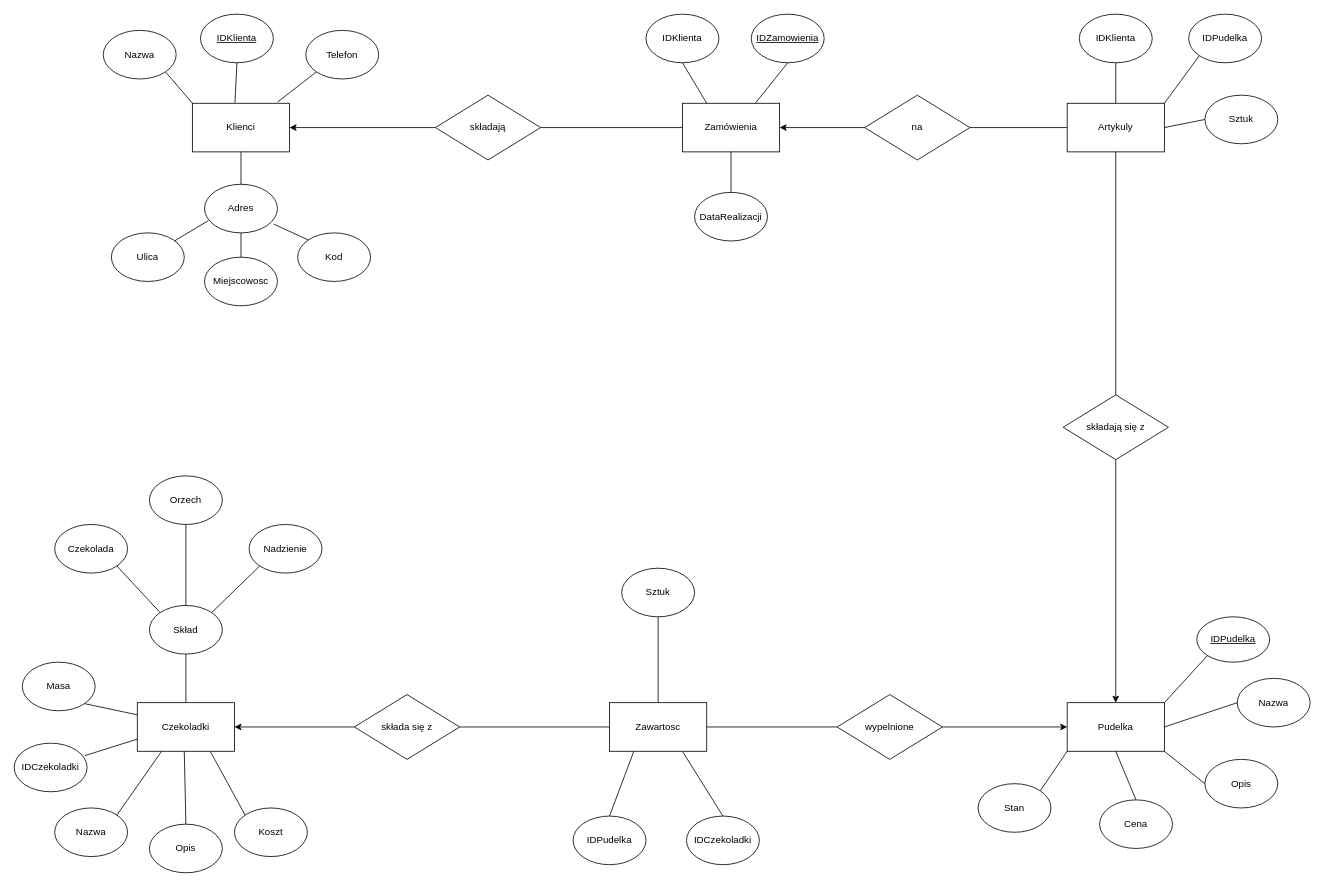
This is Untitled Diagram.drawio from jniktw/bazydanychGIN, a draw.io file, before an edit. Source tidied: cells renumbered, new cells numbered last; positions are measured from the earlier drawing's top-left corner, leaving out a move shared by most shapes. Both pictures are drawn from the tidied source at 81%, with x=0, y=0 at pixel (14, 14).
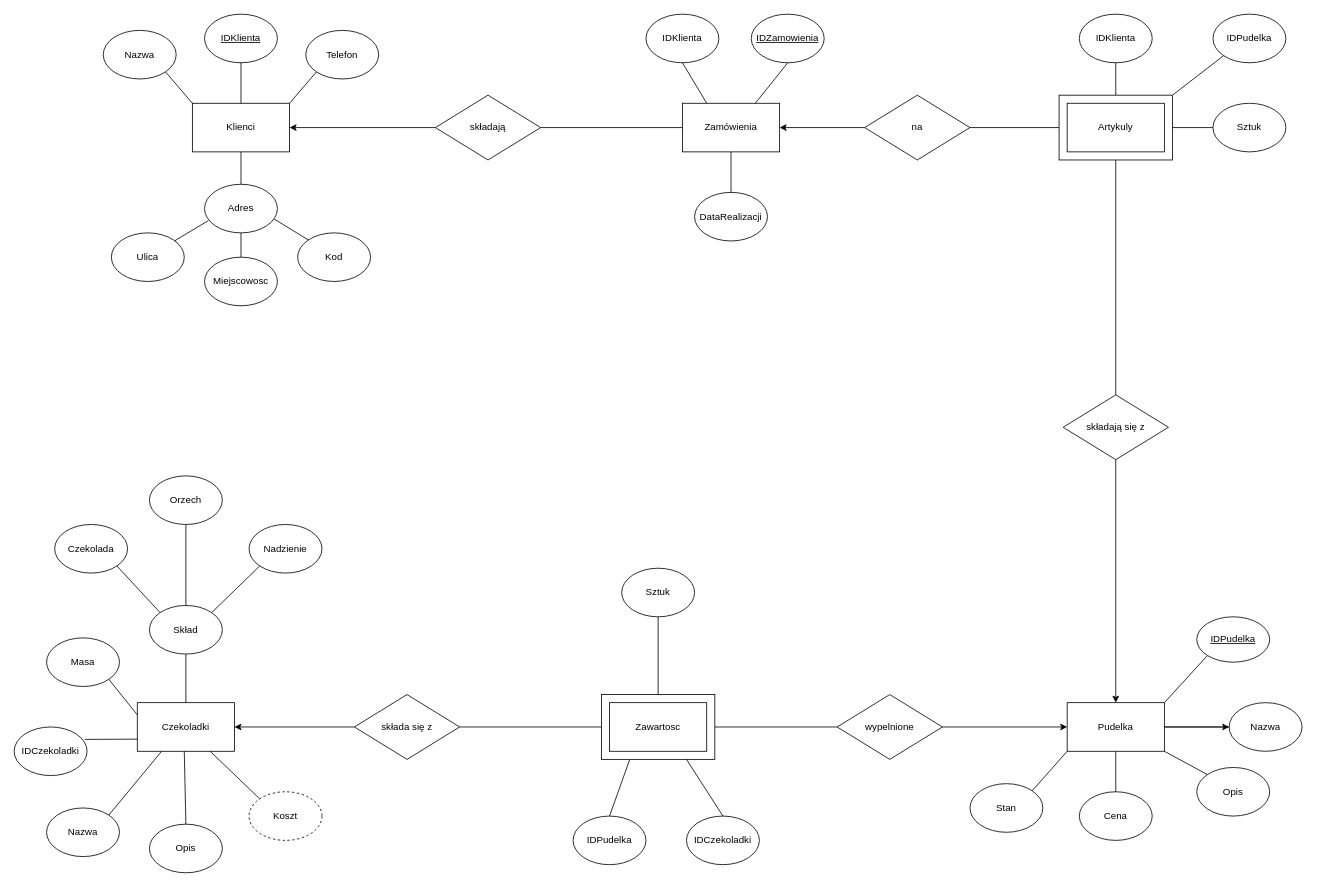
After the change.

The change refers to these unchanged cells:
```xml
<mxCell id="2" value="Klienci" style="rounded=0;whiteSpace=wrap;html=1;" parent="1" vertex="1">
  <mxGeometry x="220" y="110" width="120" height="60" as="geometry" />
</mxCell>
<mxCell id="7" value="Telefon" style="ellipse;whiteSpace=wrap;html=1;" parent="1" vertex="1">
  <mxGeometry x="360" y="20" width="90" height="60" as="geometry" />
</mxCell>
<mxCell id="8" value="Kod" style="ellipse;whiteSpace=wrap;html=1;" parent="1" vertex="1">
  <mxGeometry x="350" y="270" width="90" height="60" as="geometry" />
</mxCell>
<mxCell id="15" value="składa się z" style="rhombus;whiteSpace=wrap;html=1;" parent="1" vertex="1">
  <mxGeometry x="420" y="840" width="130" height="80" as="geometry" />
</mxCell>
<mxCell id="16" value="na" style="rhombus;whiteSpace=wrap;html=1;" parent="1" vertex="1">
  <mxGeometry x="1050" y="100" width="130" height="80" as="geometry" />
</mxCell>
<mxCell id="17" value="wypelnione" style="rhombus;whiteSpace=wrap;html=1;" parent="1" vertex="1">
  <mxGeometry x="1016" y="840" width="130" height="80" as="geometry" />
</mxCell>
<mxCell id="21" value="Adres" style="ellipse;whiteSpace=wrap;html=1;" parent="1" vertex="1">
  <mxGeometry x="235" y="210" width="90" height="60" as="geometry" />
</mxCell>
<mxCell id="34" value="IDKlienta" style="ellipse;whiteSpace=wrap;html=1;" parent="1" vertex="1">
  <mxGeometry x="1315" width="90" height="60" as="geometry" />
</mxCell>
<mxCell id="57" value="Sztuk" style="ellipse;whiteSpace=wrap;html=1;" parent="1" vertex="1">
  <mxGeometry x="750" y="684" width="90" height="60" as="geometry" />
</mxCell>
<mxCell id="58" value="IDCzekoladki" style="ellipse;whiteSpace=wrap;html=1;" parent="1" vertex="1">
  <mxGeometry x="830" y="990" width="90" height="60" as="geometry" />
</mxCell>
<mxCell id="59" value="IDPudelka" style="ellipse;whiteSpace=wrap;html=1;" parent="1" vertex="1">
  <mxGeometry x="690" y="990" width="90" height="60" as="geometry" />
</mxCell>
```

The edit, as a diff of the source:
```diff
@@
     <mxCell id="6" value="&lt;u&gt;IDKlienta&lt;/u&gt;" style="ellipse;whiteSpace=wrap;html=1;" parent="1" vertex="1">
-      <mxGeometry x="230" width="90" height="60" as="geometry" />
+      <mxGeometry x="235" width="90" height="60" as="geometry" />
     </mxCell>
@@
-    <mxCell id="9" style="endArrow=none;html=1;rounded=0;entryX=0;entryY=1;entryDx=0;entryDy=0;exitX=0.877;exitY=-0.025;exitDx=0;exitDy=0;exitPerimeter=0;" parent="1" edge="1" source="2" target="7">
+    <mxCell id="9" style="endArrow=none;html=1;rounded=0;entryX=0;entryY=1;entryDx=0;entryDy=0;exitX=1;exitY=0;exitDx=0;exitDy=0;" parent="1" edge="1" source="2" target="7">
       <mxGeometry relative="1" as="geometry" />
     </mxCell>
-    <mxCell id="10" style="endArrow=none;html=1;rounded=0;entryX=0.5;entryY=1;entryDx=0;entryDy=0;exitX=0.438;exitY=-0.011;exitDx=0;exitDy=0;exitPerimeter=0;" parent="1" edge="1" source="2" target="6">
+    <mxCell id="10" style="endArrow=none;html=1;rounded=0;entryX=0.5;entryY=1;entryDx=0;entryDy=0;exitX=0.5;exitY=0;exitDx=0;exitDy=0;" parent="1" edge="1" source="2" target="6">
       <mxGeometry relative="1" as="geometry" />
     </mxCell>
@@
-    <mxCell id="14" style="endArrow=none;html=1;rounded=0;entryX=0;entryY=0;entryDx=0;entryDy=0;exitX=0.948;exitY=0.819;exitDx=0;exitDy=0;exitPerimeter=0;" parent="1" edge="1" source="21" target="8">
+    <mxCell id="14" style="endArrow=none;html=1;rounded=0;entryX=0;entryY=0;entryDx=0;entryDy=0;exitX=0.957;exitY=0.716;exitDx=0;exitDy=0;exitPerimeter=0;" parent="1" edge="1" source="21" target="8">
       <mxGeometry relative="1" as="geometry" />
     </mxCell>
@@
-    <mxCell id="31" style="endArrow=none;html=1;rounded=0;entryX=1;entryY=0.5;entryDx=0;entryDy=0;exitX=0;exitY=0.5;exitDx=0;exitDy=0;" parent="1" edge="1" source="32" target="16">
+    <mxCell id="31" style="endArrow=none;html=1;rounded=0;entryX=1;entryY=0.5;entryDx=0;entryDy=0;exitX=0;exitY=0.5;exitDx=0;exitDy=0;" parent="1" edge="1" source="83" target="16">
       <mxGeometry relative="1" as="geometry" />
     </mxCell>
-    <mxCell id="32" value="Artykuly" style="rounded=0;whiteSpace=wrap;html=1;" parent="1" vertex="1">
-      <mxGeometry x="1300" y="110" width="120" height="60" as="geometry" />
-    </mxCell>
@@
     <mxCell id="35" value="IDPudelka" style="ellipse;whiteSpace=wrap;html=1;" parent="1" vertex="1">
-      <mxGeometry x="1450" width="90" height="60" as="geometry" />
+      <mxGeometry x="1480" width="90" height="60" as="geometry" />
     </mxCell>
     <mxCell id="36" value="Sztuk" style="ellipse;whiteSpace=wrap;html=1;" parent="1" vertex="1">
-      <mxGeometry x="1470" y="100" width="90" height="60" as="geometry" />
+      <mxGeometry x="1480" y="110" width="90" height="60" as="geometry" />
     </mxCell>
-    <mxCell id="37" style="endArrow=none;html=1;rounded=0;entryX=0.5;entryY=1;entryDx=0;entryDy=0;exitX=0.5;exitY=0;exitDx=0;exitDy=0;" parent="1" edge="1" source="32" target="34">
+    <mxCell id="37" style="endArrow=none;html=1;rounded=0;entryX=0.5;entryY=1;entryDx=0;entryDy=0;exitX=0.5;exitY=0;exitDx=0;exitDy=0;" parent="1" edge="1" source="83" target="34">
       <mxGeometry relative="1" as="geometry" />
     </mxCell>
-    <mxCell id="38" style="endArrow=none;html=1;rounded=0;entryX=0;entryY=1;entryDx=0;entryDy=0;exitX=1;exitY=0;exitDx=0;exitDy=0;" parent="1" edge="1" source="32" target="35">
+    <mxCell id="38" style="endArrow=none;html=1;rounded=0;entryX=0;entryY=1;entryDx=0;entryDy=0;exitX=1;exitY=0;exitDx=0;exitDy=0;" parent="1" edge="1" source="83" target="35">
       <mxGeometry relative="1" as="geometry" />
     </mxCell>
-    <mxCell id="39" style="endArrow=none;html=1;rounded=0;entryX=0;entryY=0.5;entryDx=0;entryDy=0;exitX=1;exitY=0.5;exitDx=0;exitDy=0;" parent="1" edge="1" source="32" target="36">
+    <mxCell id="39" style="endArrow=none;html=1;rounded=0;entryX=0;entryY=0.5;entryDx=0;entryDy=0;exitX=1;exitY=0.5;exitDx=0;exitDy=0;" parent="1" edge="1" source="83" target="36">
       <mxGeometry relative="1" as="geometry" />
     </mxCell>
@@
-    <mxCell id="41" value="Pudelka" style="rounded=0;whiteSpace=wrap;html=1;" parent="1" vertex="1">
-      <mxGeometry x="1300" y="850" width="120" height="60" as="geometry" />
-    </mxCell>
@@
     <mxCell id="43" value="Stan" style="ellipse;whiteSpace=wrap;html=1;" parent="1" vertex="1">
-      <mxGeometry x="1190" y="950" width="90" height="60" as="geometry" />
+      <mxGeometry x="1180" y="950" width="90" height="60" as="geometry" />
     </mxCell>
     <mxCell id="44" value="Cena" style="ellipse;whiteSpace=wrap;html=1;" parent="1" vertex="1">
-      <mxGeometry x="1340" y="970" width="90" height="60" as="geometry" />
+      <mxGeometry x="1315" y="960" width="90" height="60" as="geometry" />
     </mxCell>
@@
     <mxCell id="46" value="Opis" style="ellipse;whiteSpace=wrap;html=1;" parent="1" vertex="1">
-      <mxGeometry x="1470" y="920" width="90" height="60" as="geometry" />
+      <mxGeometry x="1460" y="930" width="90" height="60" as="geometry" />
     </mxCell>
     <mxCell id="47" value="Nazwa" style="ellipse;whiteSpace=wrap;html=1;" parent="1" vertex="1">
-      <mxGeometry x="1510" y="820" width="90" height="60" as="geometry" />
+      <mxGeometry x="1500" y="850" width="90" height="60" as="geometry" />
     </mxCell>
@@
-    <mxCell id="51" style="endArrow=none;html=1;rounded=0;entryX=0;entryY=0.5;entryDx=0;entryDy=0;exitX=1;exitY=1;exitDx=0;exitDy=0;" parent="1" edge="1" source="41" target="46">
+    <mxCell id="51" style="endArrow=none;html=1;rounded=0;entryX=0;entryY=0;entryDx=0;entryDy=0;exitX=1;exitY=1;exitDx=0;exitDy=0;" parent="1" edge="1" source="41" target="46">
       <mxGeometry relative="1" as="geometry" />
     </mxCell>
@@
-    <mxCell id="53" value="Zawartosc" style="rounded=0;whiteSpace=wrap;html=1;" parent="1" vertex="1">
-      <mxGeometry x="735" y="850" width="120" height="60" as="geometry" />
-    </mxCell>
@@
-    <mxCell id="55" style="endArrow=classic;html=1;rounded=0;entryX=0;entryY=0.5;entryDx=0;entryDy=0;exitX=1;exitY=0.5;exitDx=0;exitDy=0;" parent="1" edge="1" source="17" target="41">
-      <mxGeometry relative="1" as="geometry" />
-    </mxCell>
-    <mxCell id="56" style="endArrow=none;html=1;rounded=0;entryX=0;entryY=0.5;entryDx=0;entryDy=0;exitX=1;exitY=0.5;exitDx=0;exitDy=0;" parent="1" edge="1" source="53" target="17">
+    <mxCell id="56" style="endArrow=none;html=1;rounded=0;entryX=0;entryY=0.5;entryDx=0;entryDy=0;exitX=1;exitY=0.5;exitDx=0;exitDy=0;" parent="1" edge="1" source="85" target="17">
       <mxGeometry relative="1" as="geometry" />
     </mxCell>
@@
-    <mxCell id="60" style="endArrow=none;html=1;rounded=0;exitX=0.5;exitY=0;exitDx=0;exitDy=0;entryX=0.5;entryY=1;entryDx=0;entryDy=0;" parent="1" edge="1" source="53" target="57">
+    <mxCell id="60" style="endArrow=none;html=1;rounded=0;exitX=0.5;exitY=0;exitDx=0;exitDy=0;entryX=0.5;entryY=1;entryDx=0;entryDy=0;" parent="1" edge="1" source="85" target="57">
       <mxGeometry relative="1" as="geometry" />
     </mxCell>
-    <mxCell id="61" style="endArrow=none;html=1;rounded=0;entryX=0.25;entryY=1;entryDx=0;entryDy=0;exitX=0.5;exitY=0;exitDx=0;exitDy=0;" parent="1" edge="1" source="59" target="53">
+    <mxCell id="61" style="endArrow=none;html=1;rounded=0;entryX=0.25;entryY=1;entryDx=0;entryDy=0;exitX=0.5;exitY=0;exitDx=0;exitDy=0;" parent="1" edge="1" source="59" target="85">
       <mxGeometry relative="1" as="geometry" />
     </mxCell>
-    <mxCell id="62" style="endArrow=none;html=1;rounded=0;exitX=0.5;exitY=0;exitDx=0;exitDy=0;entryX=0.75;entryY=1;entryDx=0;entryDy=0;" parent="1" edge="1" source="58" target="53">
+    <mxCell id="62" style="endArrow=none;html=1;rounded=0;exitX=0.5;exitY=0;exitDx=0;exitDy=0;entryX=0.75;entryY=1;entryDx=0;entryDy=0;" parent="1" edge="1" source="58" target="85">
       <mxGeometry relative="1" as="geometry" />
     </mxCell>
-    <mxCell id="63" style="endArrow=none;html=1;rounded=0;exitX=1;exitY=0.5;exitDx=0;exitDy=0;entryX=0;entryY=0.5;entryDx=0;entryDy=0;" parent="1" edge="1" source="15" target="53">
+    <mxCell id="63" style="endArrow=none;html=1;rounded=0;exitX=1;exitY=0.5;exitDx=0;exitDy=0;entryX=0;entryY=0.5;entryDx=0;entryDy=0;" parent="1" edge="1" source="15" target="85">
       <mxGeometry relative="1" as="geometry" />
     </mxCell>
@@
     <mxCell id="65" value="Nazwa" style="ellipse;whiteSpace=wrap;html=1;" parent="1" vertex="1">
-      <mxGeometry x="50" y="980" width="90" height="60" as="geometry" />
+      <mxGeometry x="40" y="980" width="90" height="60" as="geometry" />
     </mxCell>
@@
-    <mxCell id="67" value="Koszt" style="ellipse;whiteSpace=wrap;html=1;" parent="1" vertex="1">
-      <mxGeometry x="272" y="980" width="90" height="60" as="geometry" />
+    <mxCell id="67" value="Koszt" style="ellipse;whiteSpace=wrap;html=1;dashed=1;" parent="1" vertex="1">
+      <mxGeometry x="290" y="960" width="90" height="60" as="geometry" />
     </mxCell>
@@
     <mxCell id="76" value="Masa" style="ellipse;whiteSpace=wrap;html=1;" parent="1" vertex="1">
-      <mxGeometry x="10" y="800" width="90" height="60" as="geometry" />
+      <mxGeometry x="40" y="770" width="90" height="60" as="geometry" />
     </mxCell>
     <mxCell id="77" value="IDCzekoladki" style="ellipse;whiteSpace=wrap;html=1;" parent="1" vertex="1">
-      <mxGeometry y="900" width="90" height="60" as="geometry" />
+      <mxGeometry y="880" width="90" height="60" as="geometry" />
     </mxCell>
@@
+    <mxCell id="83" style="rounded=0;whiteSpace=wrap;html=1;" parent="1" vertex="1">
+      <mxGeometry x="1290" y="100" width="140" height="80" as="geometry" />
+    </mxCell>
+    <mxCell id="84" style="edgeStyle=orthogonalEdgeStyle;rounded=0;jettySize=auto;html=1;" parent="1" edge="1" source="41" target="47">
+      <mxGeometry relative="1" as="geometry" />
+    </mxCell>
+    <mxCell id="41" value="Pudelka" style="rounded=0;whiteSpace=wrap;html=1;" parent="1" vertex="1">
+      <mxGeometry x="1300" y="850" width="120" height="60" as="geometry" />
+    </mxCell>
+    <mxCell id="32" value="Artykuly" style="rounded=0;whiteSpace=wrap;html=1;" parent="1" vertex="1">
+      <mxGeometry x="1300" y="110" width="120" height="60" as="geometry" />
+    </mxCell>
+    <mxCell id="85" style="rounded=0;whiteSpace=wrap;html=1;" parent="1" vertex="1">
+      <mxGeometry x="725" y="840" width="140" height="80" as="geometry" />
+    </mxCell>
+    <mxCell id="53" value="Zawartosc" style="rounded=0;whiteSpace=wrap;html=1;" parent="1" vertex="1">
+      <mxGeometry x="735" y="850" width="120" height="60" as="geometry" />
+    </mxCell>
+    <mxCell id="55" style="endArrow=classic;html=1;rounded=0;entryX=0;entryY=0.5;entryDx=0;entryDy=0;exitX=1;exitY=0.5;exitDx=0;exitDy=0;" parent="1" edge="1" source="17" target="41">
+      <mxGeometry relative="1" as="geometry" />
+    </mxCell>
```
